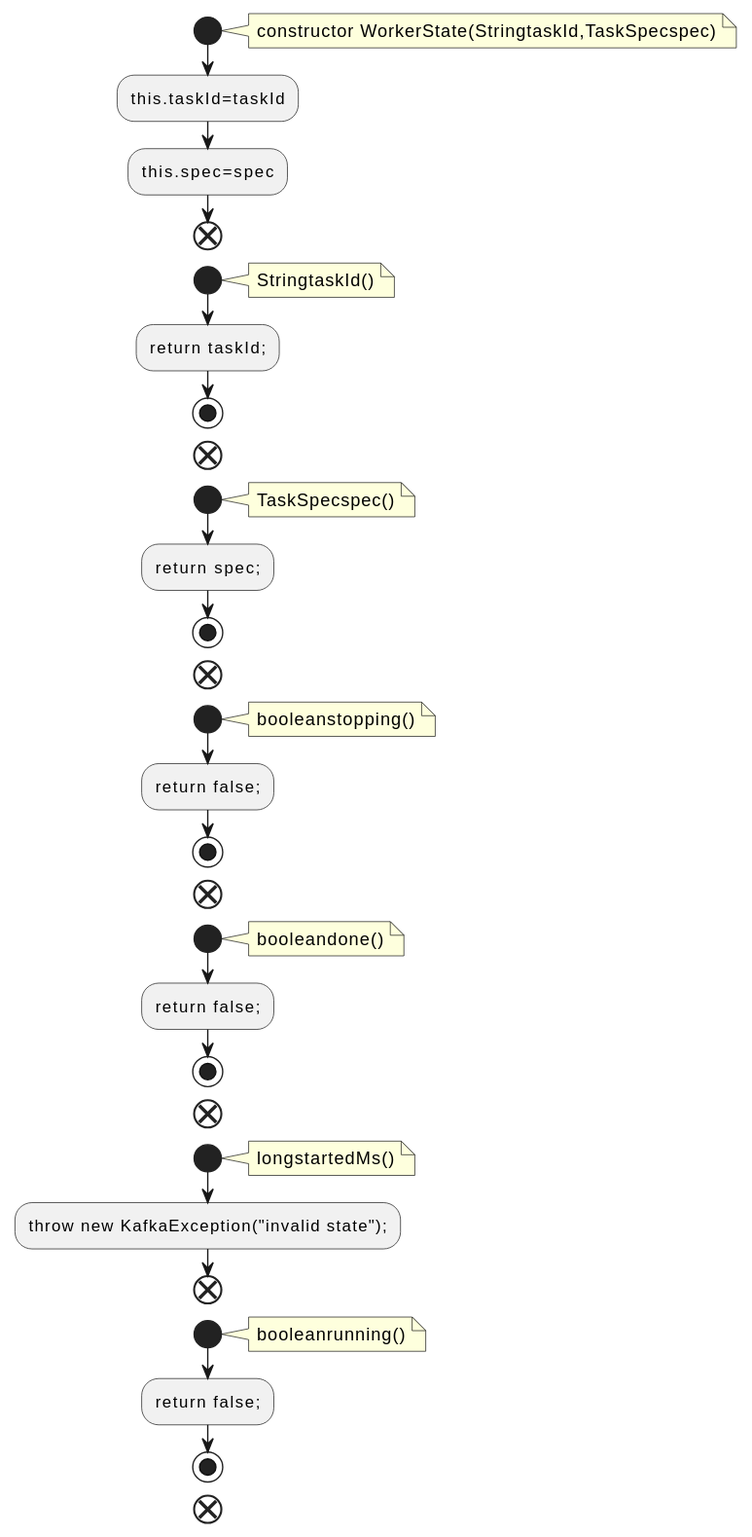
Above: docs/qc/trogdor/src/main/java/org/apache/kafka/trogdor/rest/WorkerState.java.fct.svg in qualitesys/kafka (PlantUML), before the change. The source it was exported from:
```plantuml
@startuml
!pragma layout smetana
start
note right
constructor WorkerState(StringtaskId,TaskSpecspec)
end note
:this.taskId=taskId;
:this.spec=spec;
end
start
note right
StringtaskId()
end note
:return taskId;;
stop
end
start
note right
TaskSpecspec()
end note
:return spec;;
stop
end
start
note right
booleanstopping()
end note
:return false;;
stop
end
start
note right
booleandone()
end note
:return false;;
stop
end
start
note right
longstartedMs()
end note
:throw new KafkaException("invalid state");;
end
start
note right
booleanrunning()
end note
:return false;;
stop
end
@enduml
```
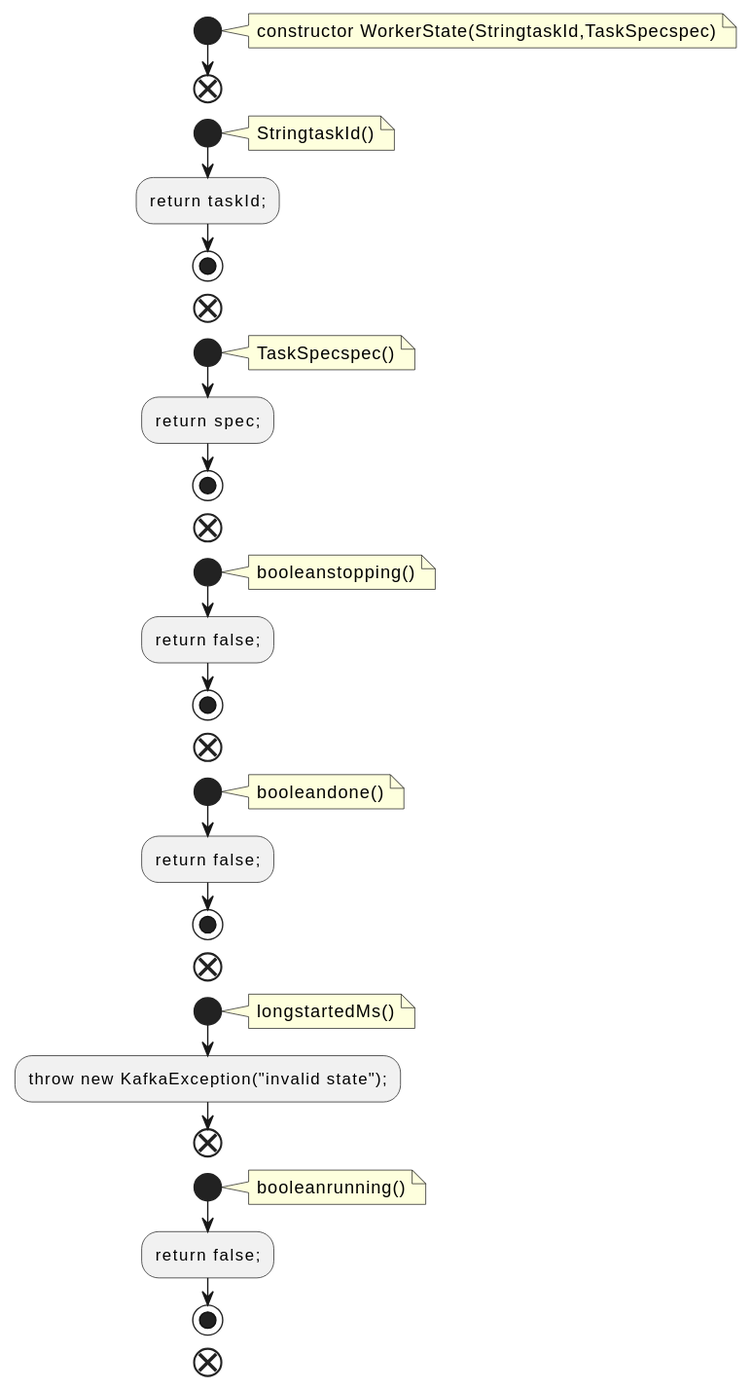
Above is the later version.

Diff of the diagram source:
```diff
@@ -4,8 +4,6 @@
 note right
 constructor WorkerState(StringtaskId,TaskSpecspec)
 end note
-:this.taskId=taskId;
-:this.spec=spec;
 end
 start
 note right
```
